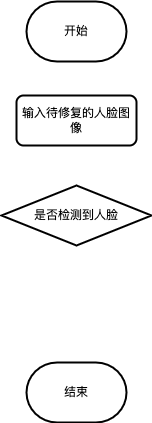
Earlier version of the draw.io export 人脸修复流程图.drawio.png (jtwty/Face_Rec). Source tidied: cells renumbered, new cells last; positions are measured from the earlier drawing's top-left corner, leaving out a move shared by most shapes. The source it was exported from:
```xml
<mxGraphModel>
  <root>
    <mxCell id="0" />
    <mxCell id="1" parent="0" />
    <mxCell id="2" value="开始" style="strokeWidth=2;html=1;shape=mxgraph.flowchart.terminator;whiteSpace=wrap;" parent="1" vertex="1">
      <mxGeometry x="25" width="100" height="60" as="geometry" />
    </mxCell>
    <mxCell id="3" value="输入待修复的人脸图像" style="rounded=1;whiteSpace=wrap;html=1;absoluteArcSize=1;arcSize=14;strokeWidth=2;" parent="1" vertex="1">
      <mxGeometry x="15" y="94" width="120" height="50" as="geometry" />
    </mxCell>
    <mxCell id="4" value="是否检测到人脸" style="strokeWidth=2;html=1;shape=mxgraph.flowchart.decision;whiteSpace=wrap;" parent="1" vertex="1">
      <mxGeometry y="184" width="150" height="60" as="geometry" />
    </mxCell>
    <mxCell id="5" value="结束" style="strokeWidth=2;html=1;shape=mxgraph.flowchart.terminator;whiteSpace=wrap;" parent="1" vertex="1">
      <mxGeometry x="25" y="361" width="100" height="60" as="geometry" />
    </mxCell>
  </root>
</mxGraphModel>
```
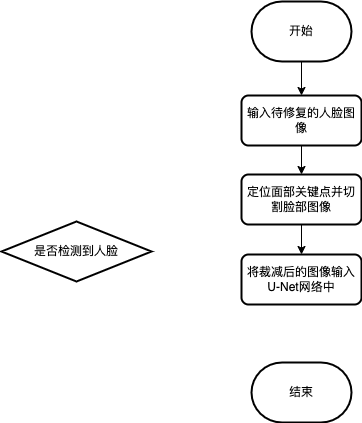
Above is the later version.

Commit message:
更新人脸修复流程图.drawio.png

Change to the diagram source:
```diff
@@ -2,17 +2,32 @@
   <root>
     <mxCell id="0" />
     <mxCell id="1" parent="0" />
+    <mxCell id="6" style="edgeStyle=orthogonalEdgeStyle;rounded=0;jettySize=auto;html=1;" parent="1" edge="1" source="2" target="3">
+      <mxGeometry relative="1" as="geometry" />
+    </mxCell>
     <mxCell id="2" value="开始" style="strokeWidth=2;html=1;shape=mxgraph.flowchart.terminator;whiteSpace=wrap;" parent="1" vertex="1">
       <mxGeometry x="25" width="100" height="60" as="geometry" />
     </mxCell>
+    <mxCell id="7" style="edgeStyle=orthogonalEdgeStyle;rounded=0;jettySize=auto;html=1;" parent="1" edge="1" source="3" target="9">
+      <mxGeometry relative="1" as="geometry" />
+    </mxCell>
     <mxCell id="3" value="输入待修复的人脸图像" style="rounded=1;whiteSpace=wrap;html=1;absoluteArcSize=1;arcSize=14;strokeWidth=2;" parent="1" vertex="1">
       <mxGeometry x="15" y="94" width="120" height="50" as="geometry" />
     </mxCell>
     <mxCell id="4" value="是否检测到人脸" style="strokeWidth=2;html=1;shape=mxgraph.flowchart.decision;whiteSpace=wrap;" parent="1" vertex="1">
-      <mxGeometry y="184" width="150" height="60" as="geometry" />
+      <mxGeometry x="-225" y="220" width="150" height="60" as="geometry" />
     </mxCell>
     <mxCell id="5" value="结束" style="strokeWidth=2;html=1;shape=mxgraph.flowchart.terminator;whiteSpace=wrap;" parent="1" vertex="1">
       <mxGeometry x="25" y="361" width="100" height="60" as="geometry" />
     </mxCell>
+    <mxCell id="8" style="edgeStyle=orthogonalEdgeStyle;rounded=0;jettySize=auto;html=1;" parent="1" edge="1" source="9" target="10">
+      <mxGeometry relative="1" as="geometry" />
+    </mxCell>
+    <mxCell id="9" value="定位面部关键点并切割脸部图像" style="rounded=1;whiteSpace=wrap;html=1;absoluteArcSize=1;arcSize=14;strokeWidth=2;" parent="1" vertex="1">
+      <mxGeometry x="15" y="173" width="120" height="50" as="geometry" />
+    </mxCell>
+    <mxCell id="10" value="将裁减后的图像输入U-Net网络中" style="rounded=1;whiteSpace=wrap;html=1;absoluteArcSize=1;arcSize=14;strokeWidth=2;" parent="1" vertex="1">
+      <mxGeometry x="15" y="253" width="120" height="50" as="geometry" />
+    </mxCell>
   </root>
 </mxGraphModel>
```
